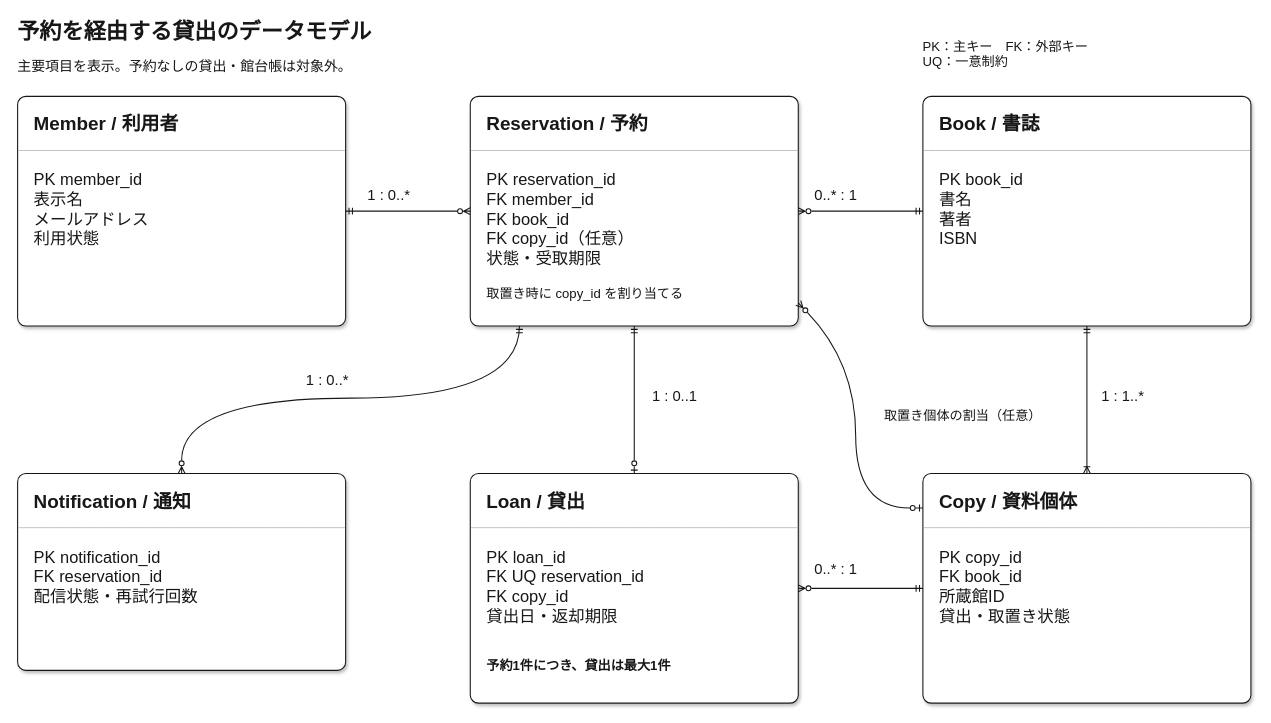
The draw.io diagram page "ER図" (3 of 21) of samples/diagram-gallery.drawio in sakikuroe/marp-template-kit, before the edit. Source tidied: cells renumbered, new cells numbered last; positions are measured from the earlier drawing's top-left corner, leaving out a move shared by most shapes. Both pictures are drawn from the tidied source at 82%, with x=0, y=0 at pixel (17, 14).
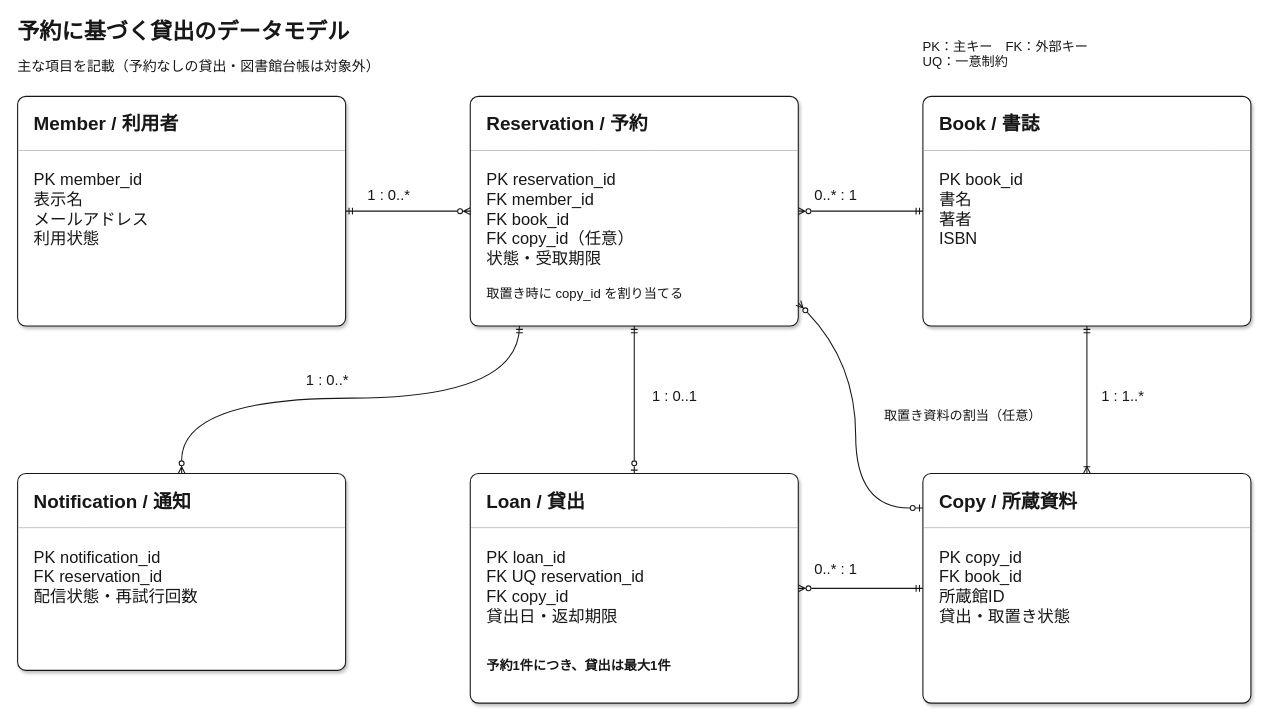
The same diagram, later.

Change to the diagram source:
```diff
@@
-    <mxCell id="23" value="Copy / 資料個体" style="text;html=0;whiteSpace=wrap;verticalAlign=top;align=left;spacing=0;fontFamily=GenEi M Gothic v2;fontColor=#171717;fontStyle=1;fontSize=23;" parent="1" vertex="1">
+    <mxCell id="23" value="Copy / 所蔵資料" style="text;html=0;whiteSpace=wrap;verticalAlign=top;align=left;spacing=0;fontFamily=GenEi M Gothic v2;fontColor=#171717;fontStyle=1;fontSize=23;" parent="1" vertex="1">
       <mxGeometry x="1124" y="576" width="360" height="38" as="geometry" />
     </mxCell>
@@
-    <mxCell id="39" value="取置き個体の割当（任意）" style="text;html=0;whiteSpace=wrap;verticalAlign=top;align=left;spacing=0;fontFamily=GenEi M Gothic v2 Medium;fontColor=#171717;fontSize=16;" parent="1" vertex="1">
+    <mxCell id="39" value="取置き資料の割当（任意）" style="text;html=0;whiteSpace=wrap;verticalAlign=top;align=left;spacing=0;fontFamily=GenEi M Gothic v2 Medium;fontColor=#171717;fontSize=16;" parent="1" vertex="1">
       <mxGeometry x="1057" y="475" width="280" height="35" as="geometry" />
     </mxCell>
-    <mxCell id="40" value="予約を経由する貸出のデータモデル" style="text;html=0;whiteSpace=wrap;verticalAlign=top;align=left;spacing=0;fillColor=none;strokeColor=none;fontFamily=GenEi M Gothic v2 Medium;fontColor=#171717;fontSize=27;fontFamily=GenEi M Gothic v2;fontStyle=1;" parent="1" vertex="1">
+    <mxCell id="40" value="予約に基づく貸出のデータモデル" style="text;html=0;whiteSpace=wrap;verticalAlign=top;align=left;spacing=0;fillColor=none;strokeColor=none;fontFamily=GenEi M Gothic v2 Medium;fontColor=#171717;fontSize=27;fontFamily=GenEi M Gothic v2;fontStyle=1;" parent="1" vertex="1">
       <mxGeometry width="1000" height="42" as="geometry" />
     </mxCell>
-    <mxCell id="41" value="主要項目を表示。予約なしの貸出・館台帳は対象外。" style="text;html=0;whiteSpace=wrap;verticalAlign=top;align=left;spacing=0;fillColor=none;strokeColor=none;fontFamily=GenEi M Gothic v2 Medium;fontColor=#171717;fontSize=17;" parent="1" vertex="1">
+    <mxCell id="41" value="主な項目を記載（予約なしの貸出・図書館台帳は対象外）" style="text;html=0;whiteSpace=wrap;verticalAlign=top;align=left;spacing=0;fillColor=none;strokeColor=none;fontFamily=GenEi M Gothic v2 Medium;fontColor=#171717;fontSize=17;" parent="1" vertex="1">
       <mxGeometry y="50" width="1000" height="29" as="geometry" />
     </mxCell>
```
